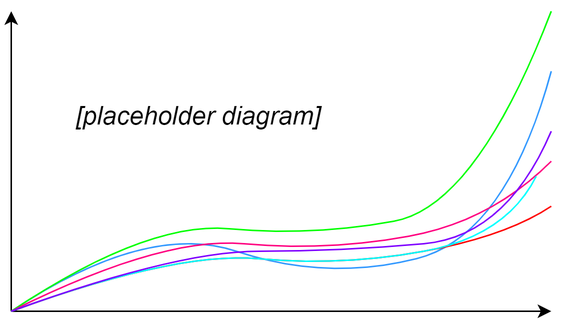
episphere/radar_review keeps this draw.io diagram as public/images/ph_line.png. Above is the earlier version. Source tidied: cells renumbered, new cells last; positions are measured from the earlier drawing's top-left corner, leaving out a move shared by most shapes.
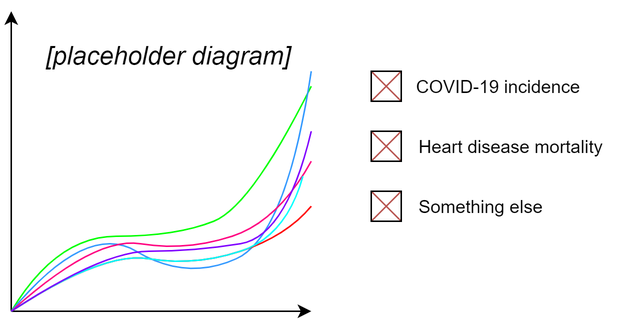
Later version of the same file.

Diff of the diagram source:
```diff
@@ -8,80 +8,128 @@
         <mxPoint as="targetPoint" />
       </mxGeometry>
     </mxCell>
-    <mxCell id="3" style="endArrow=classic;html=1;" parent="1" edge="1">
+    <mxCell id="3" style="endArrow=none;html=1;curved=1;strokeColor=#00FF00;" parent="1" edge="1">
       <mxGeometry relative="1" as="geometry">
         <mxPoint y="200" as="sourcePoint" />
-        <mxPoint x="360" y="200" as="targetPoint" />
+        <mxPoint x="200" y="50" as="targetPoint" />
+        <Array as="points">
+          <mxPoint x="30" y="150" />
+          <mxPoint x="110" y="150" />
+          <mxPoint x="160" y="130" />
+        </Array>
       </mxGeometry>
     </mxCell>
-    <mxCell id="4" style="endArrow=none;html=1;curved=1;strokeColor=#3399FF;" parent="1" edge="1">
-      <mxGeometry relative="1" as="geometry">
-        <mxPoint y="200" as="sourcePoint" />
-        <mxPoint x="360" y="40" as="targetPoint" />
-        <Array as="points">
-          <mxPoint x="90" y="140" />
-          <mxPoint x="210" y="180" />
-          <mxPoint x="330" y="150" />
-        </Array>
-      </mxGeometry>
+    <mxCell id="4" value="[placeholder diagram]" style="text;html=1;strokeColor=none;fillColor=none;align=center;verticalAlign=middle;whiteSpace=wrap;rounded=0;fontStyle=2;fontSize=17;" parent="1" vertex="1">
+      <mxGeometry y="20" width="210" height="20" as="geometry" />
     </mxCell>
-    <mxCell id="5" style="endArrow=none;html=1;curved=1;strokeColor=#00FF00;" parent="1" edge="1">
-      <mxGeometry relative="1" as="geometry">
-        <mxPoint y="200" as="sourcePoint" />
-        <mxPoint x="360" as="targetPoint" />
-        <Array as="points">
-          <mxPoint x="90" y="140" />
-          <mxPoint x="200" y="150" />
-          <mxPoint x="310" y="130" />
-        </Array>
-      </mxGeometry>
+    <mxCell id="5" style="group;" parent="1" vertex="1">
+      <mxGeometry y="140" width="200" height="60" as="geometry" />
     </mxCell>
-    <mxCell id="6" style="endArrow=none;html=1;curved=1;strokeColor=#FF0080;" parent="1" edge="1">
+    <mxCell id="6" style="endArrow=classic;html=1;" parent="5" edge="1">
       <mxGeometry relative="1" as="geometry">
-        <mxPoint y="200" as="sourcePoint" />
-        <mxPoint x="360" y="100" as="targetPoint" />
-        <Array as="points">
-          <mxPoint x="100" y="150" />
-          <mxPoint x="210" y="160" />
-          <mxPoint x="320" y="140" />
-        </Array>
+        <mxPoint y="60" as="sourcePoint" />
+        <mxPoint x="200" y="60" as="targetPoint" />
       </mxGeometry>
     </mxCell>
-    <mxCell id="7" style="endArrow=none;html=1;curved=1;strokeColor=#FF0000;" parent="1" edge="1">
+    <mxCell id="7" style="endArrow=none;html=1;curved=1;strokeColor=#3399FF;" parent="5" edge="1">
       <mxGeometry relative="1" as="geometry">
-        <mxPoint y="200" as="sourcePoint" />
-        <mxPoint x="360" y="130" as="targetPoint" />
+        <mxPoint y="60" as="sourcePoint" />
+        <mxPoint x="200" y="-100" as="targetPoint" />
         <Array as="points">
-          <mxPoint x="110" y="160" />
-          <mxPoint x="220" y="170" />
-          <mxPoint x="330" y="150" />
+          <mxPoint x="50" />
+          <mxPoint x="116.7" y="40" />
+          <mxPoint x="183.3" y="10" />
         </Array>
       </mxGeometry>
     </mxCell>
-    <mxCell id="8" style="endArrow=none;html=1;curved=1;strokeColor=#00FFFF;" parent="1" edge="1">
+    <mxCell id="8" style="endArrow=none;html=1;curved=1;strokeColor=#FF0080;" parent="5" edge="1">
       <mxGeometry relative="1" as="geometry">
-        <mxPoint y="200" as="sourcePoint" />
-        <mxPoint x="350" y="110" as="targetPoint" />
+        <mxPoint y="60" as="sourcePoint" />
+        <mxPoint x="200" y="-40" as="targetPoint" />
         <Array as="points">
-          <mxPoint x="110" y="160" />
-          <mxPoint x="220" y="170" />
-          <mxPoint x="330" y="150" />
+          <mxPoint x="55.6" y="10" />
+          <mxPoint x="116.7" y="20" />
+          <mxPoint x="177.8" />
         </Array>
       </mxGeometry>
     </mxCell>
-    <mxCell id="9" style="endArrow=none;html=1;curved=1;strokeColor=#7F00FF;" parent="1" edge="1">
+    <mxCell id="9" style="endArrow=none;html=1;curved=1;strokeColor=#FF0000;" parent="5" edge="1">
       <mxGeometry relative="1" as="geometry">
-        <mxPoint y="200" as="sourcePoint" />
-        <mxPoint x="360" y="80" as="targetPoint" />
+        <mxPoint y="60" as="sourcePoint" />
+        <mxPoint x="200" y="-10" as="targetPoint" />
         <Array as="points">
-          <mxPoint x="110" y="160" />
-          <mxPoint x="220" y="160" />
-          <mxPoint x="330" y="150" />
+          <mxPoint x="61.1" y="20" />
+          <mxPoint x="122.2" y="30" />
+          <mxPoint x="183.3" y="10" />
         </Array>
       </mxGeometry>
     </mxCell>
-    <mxCell id="10" value="[placeholder diagram]" style="text;html=1;strokeColor=none;fillColor=none;align=center;verticalAlign=middle;whiteSpace=wrap;rounded=0;fontStyle=2;fontSize=17;" parent="1" vertex="1">
-      <mxGeometry x="20" y="60" width="210" height="20" as="geometry" />
+    <mxCell id="10" style="endArrow=none;html=1;curved=1;strokeColor=#00FFFF;" parent="5" edge="1">
+      <mxGeometry relative="1" as="geometry">
+        <mxPoint y="60" as="sourcePoint" />
+        <mxPoint x="194.4" y="-30" as="targetPoint" />
+        <Array as="points">
+          <mxPoint x="61.1" y="20" />
+          <mxPoint x="122.2" y="30" />
+          <mxPoint x="183.3" y="10" />
+        </Array>
+      </mxGeometry>
     </mxCell>
+    <mxCell id="11" style="endArrow=none;html=1;curved=1;strokeColor=#7F00FF;" parent="5" edge="1">
+      <mxGeometry relative="1" as="geometry">
+        <mxPoint y="60" as="sourcePoint" />
+        <mxPoint x="200" y="-60" as="targetPoint" />
+        <Array as="points">
+          <mxPoint x="61.1" y="20" />
+          <mxPoint x="122.2" y="20" />
+          <mxPoint x="183.3" y="10" />
+        </Array>
+      </mxGeometry>
+    </mxCell>
+    <mxCell id="12" style="rounded=0;whiteSpace=wrap;html=1;fontSize=17;fillColor=none;" parent="1" vertex="1">
+      <mxGeometry x="240" y="40" width="20" height="20" as="geometry" />
+    </mxCell>
+    <mxCell id="13" value="COVID-19 incidence" style="text;html=1;strokeColor=none;fillColor=none;align=center;verticalAlign=middle;whiteSpace=wrap;rounded=0;fontSize=12;" parent="1" vertex="1">
+      <mxGeometry x="240" y="40" width="170" height="20" as="geometry" />
+    </mxCell>
+    <mxCell id="14" style="endArrow=none;html=1;strokeColor=#b85450;fontSize=17;entryX=1;entryY=0;entryDx=0;entryDy=0;exitX=0;exitY=1;exitDx=0;exitDy=0;fillColor=#f8cecc;" parent="1" edge="1" source="12" target="12">
+      <mxGeometry relative="1" as="geometry" />
+    </mxCell>
+    <mxCell id="15" style="endArrow=none;html=1;strokeColor=#b85450;fontSize=17;entryX=1;entryY=1;entryDx=0;entryDy=0;exitX=0;exitY=0;exitDx=0;exitDy=0;fillColor=#f8cecc;" parent="1" edge="1" source="12" target="12">
+      <mxGeometry relative="1" as="geometry" />
+    </mxCell>
+    <mxCell id="16" style="rounded=0;whiteSpace=wrap;html=1;fontSize=17;fillColor=none;" parent="1" vertex="1">
+      <mxGeometry x="240" y="40" width="20" height="20" as="geometry" />
+    </mxCell>
+    <mxCell id="17" style="rounded=0;whiteSpace=wrap;html=1;fontSize=17;fillColor=none;" parent="1" vertex="1">
+      <mxGeometry x="240" y="80" width="20" height="20" as="geometry" />
+    </mxCell>
+    <mxCell id="18" value="Heart disease mortality" style="text;html=1;strokeColor=none;fillColor=none;align=left;verticalAlign=middle;whiteSpace=wrap;rounded=0;fontSize=12;" parent="1" vertex="1">
+      <mxGeometry x="270" y="80" width="140" height="20" as="geometry" />
+    </mxCell>
+    <mxCell id="19" style="endArrow=none;html=1;strokeColor=#b85450;fontSize=17;entryX=1;entryY=0;entryDx=0;entryDy=0;exitX=0;exitY=1;exitDx=0;exitDy=0;fillColor=#f8cecc;" parent="1" edge="1" source="17" target="17">
+      <mxGeometry relative="1" as="geometry" />
+    </mxCell>
+    <mxCell id="20" style="endArrow=none;html=1;strokeColor=#b85450;fontSize=17;entryX=1;entryY=1;entryDx=0;entryDy=0;exitX=0;exitY=0;exitDx=0;exitDy=0;fillColor=#f8cecc;" parent="1" edge="1" source="17" target="17">
+      <mxGeometry relative="1" as="geometry" />
+    </mxCell>
+    <mxCell id="21" style="rounded=0;whiteSpace=wrap;html=1;fontSize=17;fillColor=none;" parent="1" vertex="1">
+      <mxGeometry x="240" y="80" width="20" height="20" as="geometry" />
+    </mxCell>
+    <mxCell id="22" style="rounded=0;whiteSpace=wrap;html=1;fontSize=17;fillColor=none;" parent="1" vertex="1">
+      <mxGeometry x="240" y="120" width="20" height="20" as="geometry" />
+    </mxCell>
+    <mxCell id="23" value="Something else" style="text;html=1;strokeColor=none;fillColor=none;align=left;verticalAlign=middle;whiteSpace=wrap;rounded=0;fontSize=12;" parent="1" vertex="1">
+      <mxGeometry x="270" y="120" width="140" height="20" as="geometry" />
+    </mxCell>
+    <mxCell id="24" style="endArrow=none;html=1;strokeColor=#b85450;fontSize=17;entryX=1;entryY=0;entryDx=0;entryDy=0;exitX=0;exitY=1;exitDx=0;exitDy=0;fillColor=#f8cecc;" parent="1" edge="1" source="22" target="22">
+      <mxGeometry relative="1" as="geometry" />
+    </mxCell>
+    <mxCell id="25" style="endArrow=none;html=1;strokeColor=#b85450;fontSize=17;entryX=1;entryY=1;entryDx=0;entryDy=0;exitX=0;exitY=0;exitDx=0;exitDy=0;fillColor=#f8cecc;" parent="1" edge="1" source="22" target="22">
+      <mxGeometry relative="1" as="geometry" />
+    </mxCell>
+    <mxCell id="26" style="rounded=0;whiteSpace=wrap;html=1;fontSize=17;fillColor=none;" parent="1" vertex="1">
+      <mxGeometry x="240" y="120" width="20" height="20" as="geometry" />
+    </mxCell>
   </root>
 </mxGraphModel>
```
